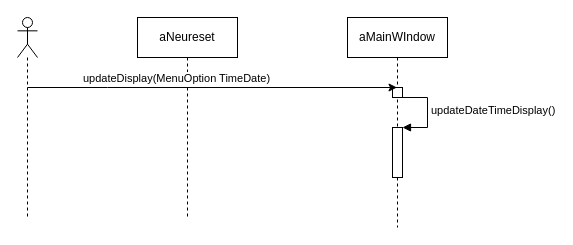
This is page "DateTime Settings Case" (5 of 7) of Diagrams/neureset.drawio from SaiPaladugu/neureset-comp3004, a draw.io file, before an edit. Source tidied: cells renumbered, new cells numbered last; positions are measured from the earlier drawing's top-left corner, leaving out a move shared by most shapes. Both pictures are drawn from the tidied source at 100%, with x=0, y=0 at pixel (17, 17).
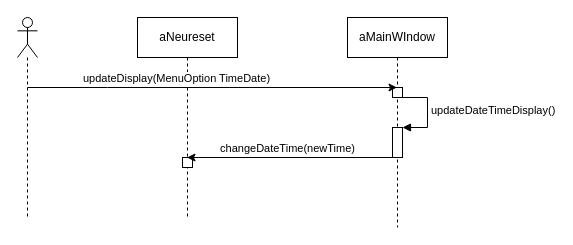
After the change.

Diff of the diagram source:
```diff
@@
 <mxGraphModel>
   <root>
     <mxCell id="0" />
     <mxCell id="1" parent="0" />
     <mxCell id="2" value="aNeureset" style="shape=umlLifeline;perimeter=lifelinePerimeter;whiteSpace=wrap;html=1;outlineConnect=0;portConstraint=eastwest;newEdgeStyle={&quot;edgeStyle&quot;:&quot;elbowEdgeStyle&quot;,&quot;elbow&quot;:&quot;vertical&quot;,&quot;curved&quot;:0,&quot;rounded&quot;:0};" parent="1" vertex="1">
       <mxGeometry x="120" width="100" height="200" as="geometry" />
     </mxCell>
+    <mxCell id="10" style="html=1;perimeter=orthogonalPerimeter;targetShapes=umlLifeline;newEdgeStyle={&quot;edgeStyle&quot;:&quot;elbowEdgeStyle&quot;,&quot;elbow&quot;:&quot;vertical&quot;,&quot;curved&quot;:0,&quot;rounded&quot;:0};" parent="2" vertex="1">
+      <mxGeometry x="45" y="140" width="10" height="10" as="geometry" />
+    </mxCell>
     <mxCell id="3" style="shape=umlLifeline;perimeter=lifelinePerimeter;whiteSpace=wrap;html=1;newEdgeStyle={&quot;edgeStyle&quot;:&quot;elbowEdgeStyle&quot;,&quot;elbow&quot;:&quot;vertical&quot;,&quot;curved&quot;:0,&quot;rounded&quot;:0};participant=umlActor;" parent="1" vertex="1">
       <mxGeometry width="20" height="200" as="geometry" />
     </mxCell>
     <mxCell id="4" value="aMainWIndow" style="shape=umlLifeline;perimeter=lifelinePerimeter;whiteSpace=wrap;html=1;outlineConnect=0;portConstraint=eastwest;newEdgeStyle={&quot;edgeStyle&quot;:&quot;elbowEdgeStyle&quot;,&quot;elbow&quot;:&quot;vertical&quot;,&quot;curved&quot;:0,&quot;rounded&quot;:0};" parent="1" vertex="1">
       <mxGeometry x="330" width="100" height="210" as="geometry" />
     </mxCell>
     <mxCell id="5" style="html=1;perimeter=orthogonalPerimeter;targetShapes=umlLifeline;newEdgeStyle={&quot;edgeStyle&quot;:&quot;elbowEdgeStyle&quot;,&quot;elbow&quot;:&quot;vertical&quot;,&quot;curved&quot;:0,&quot;rounded&quot;:0};" parent="4" vertex="1">
       <mxGeometry x="45" y="70" width="10" height="10" as="geometry" />
     </mxCell>
     <mxCell id="6" style="html=1;points=[];perimeter=orthogonalPerimeter;outlineConnect=0;targetShapes=umlLifeline;portConstraint=eastwest;newEdgeStyle={&quot;edgeStyle&quot;:&quot;elbowEdgeStyle&quot;,&quot;elbow&quot;:&quot;vertical&quot;,&quot;curved&quot;:0,&quot;rounded&quot;:0};" parent="4" vertex="1">
-      <mxGeometry x="45" y="110" width="10" height="50" as="geometry" />
+      <mxGeometry x="45" y="110" width="10" height="30" as="geometry" />
     </mxCell>
     <mxCell id="7" value="updateDateTimeDisplay()" style="html=1;align=left;spacingLeft=2;endArrow=block;rounded=0;edgeStyle=orthogonalEdgeStyle;curved=0;rounded=0;" parent="4" edge="1" target="6">
       <mxGeometry relative="1" as="geometry">
         <mxPoint x="50" y="80" as="sourcePoint" />
         <Array as="points">
           <mxPoint x="80" y="110" />
         </Array>
       </mxGeometry>
     </mxCell>
     <mxCell id="8" style="endArrow=classic;html=1;rounded=0;" parent="1" edge="1" target="4">
       <mxGeometry relative="1" as="geometry">
         <mxPoint x="10" y="70" as="sourcePoint" />
         <Array as="points">
           <mxPoint x="90" y="70" />
         </Array>
       </mxGeometry>
     </mxCell>
     <mxCell id="9" value="updateDisplay(MenuOption TimeDate)" style="edgeLabel;html=1;align=center;verticalAlign=middle;" parent="8" vertex="1">
       <mxGeometry x="-0.26" relative="1" as="geometry">
         <mxPoint x="11" y="-10" as="offset" />
       </mxGeometry>
     </mxCell>
+    <mxCell id="11" style="endArrow=classic;html=1;rounded=0;" parent="1" edge="1" target="2">
+      <mxGeometry relative="1" as="geometry">
+        <mxPoint x="379.5" y="140" as="sourcePoint" />
+      </mxGeometry>
+    </mxCell>
+    <mxCell id="12" value="changeDateTime(newTime)" style="edgeLabel;html=1;align=center;verticalAlign=middle;" parent="11" vertex="1">
+      <mxGeometry x="0.32" relative="1" as="geometry">
+        <mxPoint x="29" y="-10" as="offset" />
+      </mxGeometry>
+    </mxCell>
   </root>
 </mxGraphModel>
```
